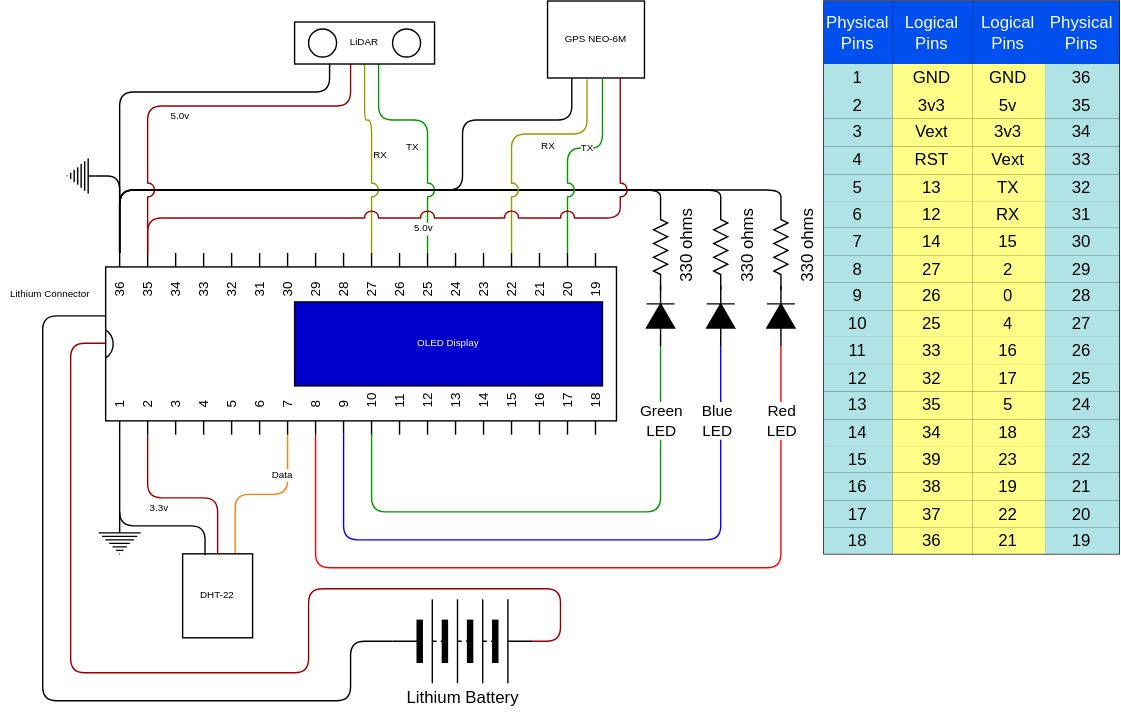
Before: docs/images/CircuitDiagram.svg, a diagram exported from draw.io (gbd77rc/esp32-iot-x509). Source tidied: cells renumbered, new cells last; positions are measured from the earlier drawing's top-left corner, leaving out a move shared by most shapes.
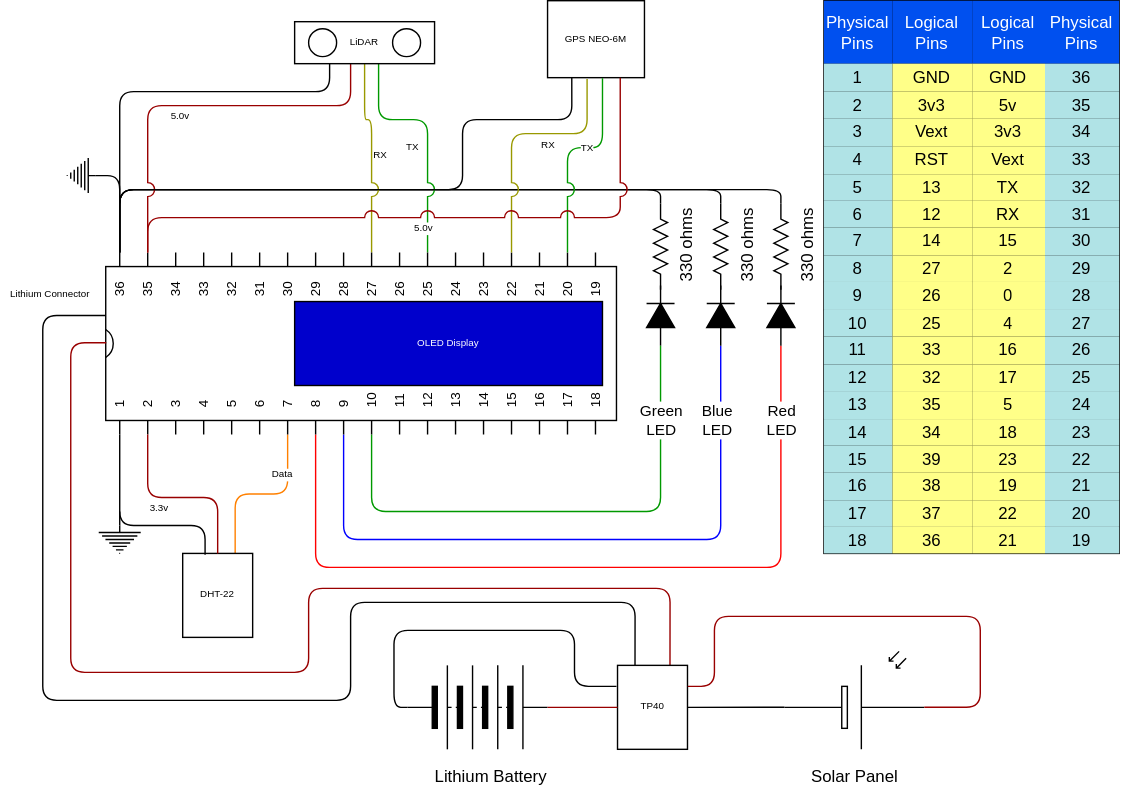
Above is the later version.

Diff of the diagram source:
```diff
@@ -2,10 +2,11 @@
   <root>
     <mxCell id="0" />
     <mxCell id="1" parent="0" />
-    <mxCell id="2" style="edgeStyle=orthogonalEdgeStyle;rounded=1;jettySize=auto;html=1;endArrow=none;endFill=0;strokeColor=#000000;exitX=0;exitY=0.5;exitDx=0;exitDy=0;" parent="1" edge="1" source="26" target="20">
+    <mxCell id="2" style="edgeStyle=orthogonalEdgeStyle;rounded=1;jettySize=auto;html=1;endArrow=none;endFill=0;strokeColor=#000000;exitX=0.25;exitY=0;exitDx=0;exitDy=0;" parent="1" edge="1" source="151" target="20">
       <mxGeometry relative="1" as="geometry">
         <Array as="points">
-          <mxPoint x="250" y="458" />
+          <mxPoint x="453" y="430" />
+          <mxPoint x="250" y="430" />
           <mxPoint x="250" y="500" />
           <mxPoint x="30" y="500" />
           <mxPoint x="30" y="225" />
@@ -130,11 +131,10 @@
     <mxCell id="24" value="330 ohms" style="verticalLabelPosition=bottom;shadow=0;dashed=0;align=center;html=1;verticalAlign=top;shape=mxgraph.electrical.resistors.resistor_2;rotation=-90;" parent="1" vertex="1">
       <mxGeometry x="526.8" y="170.8" width="61.5" height="10" as="geometry" />
     </mxCell>
-    <mxCell id="25" style="edgeStyle=orthogonalEdgeStyle;rounded=1;jettySize=auto;html=1;entryX=0.504;entryY=0.001;entryDx=0;entryDy=0;entryPerimeter=0;endArrow=none;endFill=0;strokeColor=#990000;exitX=1;exitY=0.5;exitDx=0;exitDy=0;" parent="1" edge="1" source="26" target="20">
+    <mxCell id="25" style="edgeStyle=orthogonalEdgeStyle;rounded=1;jettySize=auto;html=1;entryX=0.504;entryY=0.001;entryDx=0;entryDy=0;entryPerimeter=0;endArrow=none;endFill=0;strokeColor=#990000;exitX=0.75;exitY=0;exitDx=0;exitDy=0;" parent="1" edge="1" source="151" target="20">
       <mxGeometry relative="1" as="geometry">
         <Array as="points">
-          <mxPoint x="400" y="458" />
-          <mxPoint x="400" y="420" />
+          <mxPoint x="478" y="420" />
           <mxPoint x="220" y="420" />
           <mxPoint x="220" y="480" />
           <mxPoint x="50" y="480" />
@@ -143,10 +143,10 @@
       </mxGeometry>
     </mxCell>
     <mxCell id="26" style="verticalLabelPosition=bottom;shadow=0;dashed=0;align=center;html=1;verticalAlign=top;shape=mxgraph.electrical.miscellaneous.batteryStack;" parent="1" vertex="1">
-      <mxGeometry x="280" y="427.5" width="100" height="60" as="geometry" />
+      <mxGeometry x="290.8" y="475" width="100" height="60" as="geometry" />
     </mxCell>
     <mxCell id="27" value="Lithium Battery" style="text;html=1;align=center;verticalAlign=middle;" parent="1" vertex="1">
-      <mxGeometry x="280" y="487.5" width="100" height="20" as="geometry" />
+      <mxGeometry x="300" y="545" width="100" height="20" as="geometry" />
     </mxCell>
     <mxCell id="28" value="Lithium Connector" style="text;html=1;align=center;verticalAlign=middle;fontSize=7;" parent="1" vertex="1">
       <mxGeometry y="205" width="70" height="10" as="geometry" />
@@ -570,5 +570,51 @@
     <mxCell id="148" value="19" style="shape=partialRectangle;html=1;whiteSpace=wrap;overflow=hidden;fillColor=#b0e3e6;top=0;left=0;bottom=0;right=0;strokeColor=#0e8088;" parent="144" vertex="1">
       <mxGeometry x="158" width="53" height="19" as="geometry" />
     </mxCell>
+    <mxCell id="149" style="verticalLabelPosition=bottom;shadow=0;dashed=0;align=center;html=1;verticalAlign=top;shape=mxgraph.electrical.opto_electronics.solar_cell;" parent="1" vertex="1">
+      <mxGeometry x="560" y="465" width="100" height="70" as="geometry" />
+    </mxCell>
+    <mxCell id="150" value="Solar Panel" style="text;html=1;align=center;verticalAlign=middle;" parent="1" vertex="1">
+      <mxGeometry x="570" y="545" width="80" height="20" as="geometry" />
+    </mxCell>
+    <mxCell id="151" value="TP40" style="rounded=0;whiteSpace=wrap;html=1;fillColor=#FFFFFF;fontSize=7;fontColor=#000000;" parent="1" vertex="1">
+      <mxGeometry x="440.8" y="475" width="50" height="60" as="geometry" />
+    </mxCell>
+    <mxCell id="152" style="edgeStyle=orthogonalEdgeStyle;rounded=1;jettySize=auto;html=1;endArrow=none;endFill=0;strokeColor=#000000;entryX=0;entryY=0.5;entryDx=0;entryDy=0;" parent="1" edge="1" target="26">
+      <mxGeometry relative="1" as="geometry">
+        <mxPoint x="440" y="490" as="sourcePoint" />
+        <Array as="points">
+          <mxPoint x="410" y="490" />
+          <mxPoint x="410" y="450" />
+          <mxPoint x="281" y="450" />
+          <mxPoint x="281" y="505" />
+        </Array>
+      </mxGeometry>
+    </mxCell>
+    <mxCell id="153" style="edgeStyle=orthogonalEdgeStyle;rounded=1;jettySize=auto;html=1;endArrow=none;endFill=0;strokeColor=#990000;exitX=0;exitY=0.5;exitDx=0;exitDy=0;entryX=1;entryY=0.5;entryDx=0;entryDy=0;" parent="1" edge="1" source="151" target="26">
+      <mxGeometry relative="1" as="geometry">
+        <Array as="points">
+          <mxPoint x="410" y="505" />
+          <mxPoint x="410" y="505" />
+        </Array>
+      </mxGeometry>
+    </mxCell>
+    <mxCell id="154" style="edgeStyle=orthogonalEdgeStyle;rounded=1;jettySize=auto;html=1;entryX=1;entryY=0.57;entryDx=0;entryDy=0;entryPerimeter=0;endArrow=none;endFill=0;strokeColor=#990000;" parent="1" edge="1" target="149">
+      <mxGeometry relative="1" as="geometry">
+        <mxPoint x="491" y="490" as="sourcePoint" />
+        <Array as="points">
+          <mxPoint x="510" y="490" />
+          <mxPoint x="510" y="440" />
+          <mxPoint x="700" y="440" />
+          <mxPoint x="700" y="505" />
+        </Array>
+      </mxGeometry>
+    </mxCell>
+    <mxCell id="155" style="edgeStyle=orthogonalEdgeStyle;rounded=1;jettySize=auto;html=1;endArrow=none;endFill=0;strokeColor=#000000;entryX=1;entryY=0.5;entryDx=0;entryDy=0;exitX=0;exitY=0.57;exitDx=0;exitDy=0;exitPerimeter=0;" parent="1" edge="1" source="149" target="151">
+      <mxGeometry relative="1" as="geometry">
+        <Array as="points">
+          <mxPoint x="560" y="505" />
+        </Array>
+      </mxGeometry>
+    </mxCell>
   </root>
 </mxGraphModel>
```
